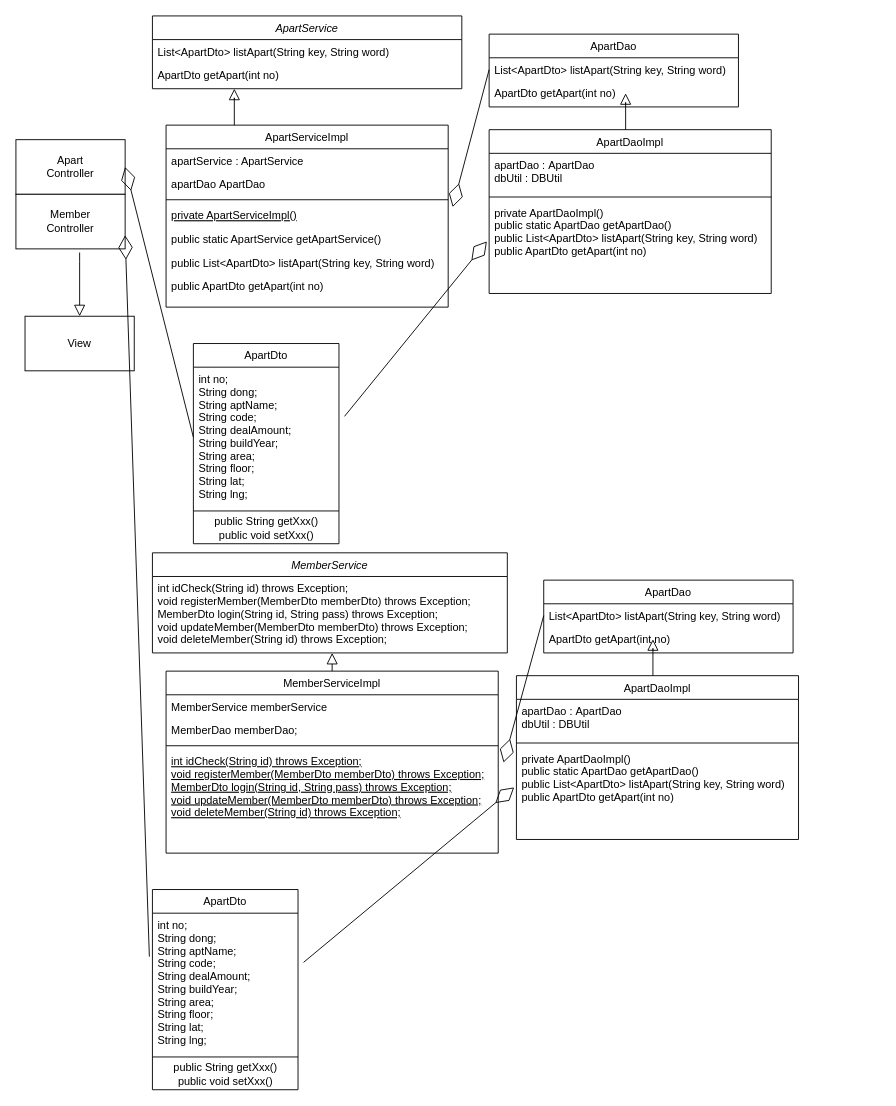
This is IoT/happyhouse.drawio from woorim1022/TIL, a draw.io file, before an edit. Source tidied: cells renumbered, new cells numbered last; positions are measured from the earlier drawing's top-left corner, leaving out a move shared by most shapes. Both pictures are drawn from the tidied source at 91%, with x=0, y=0 at pixel (15, 15).
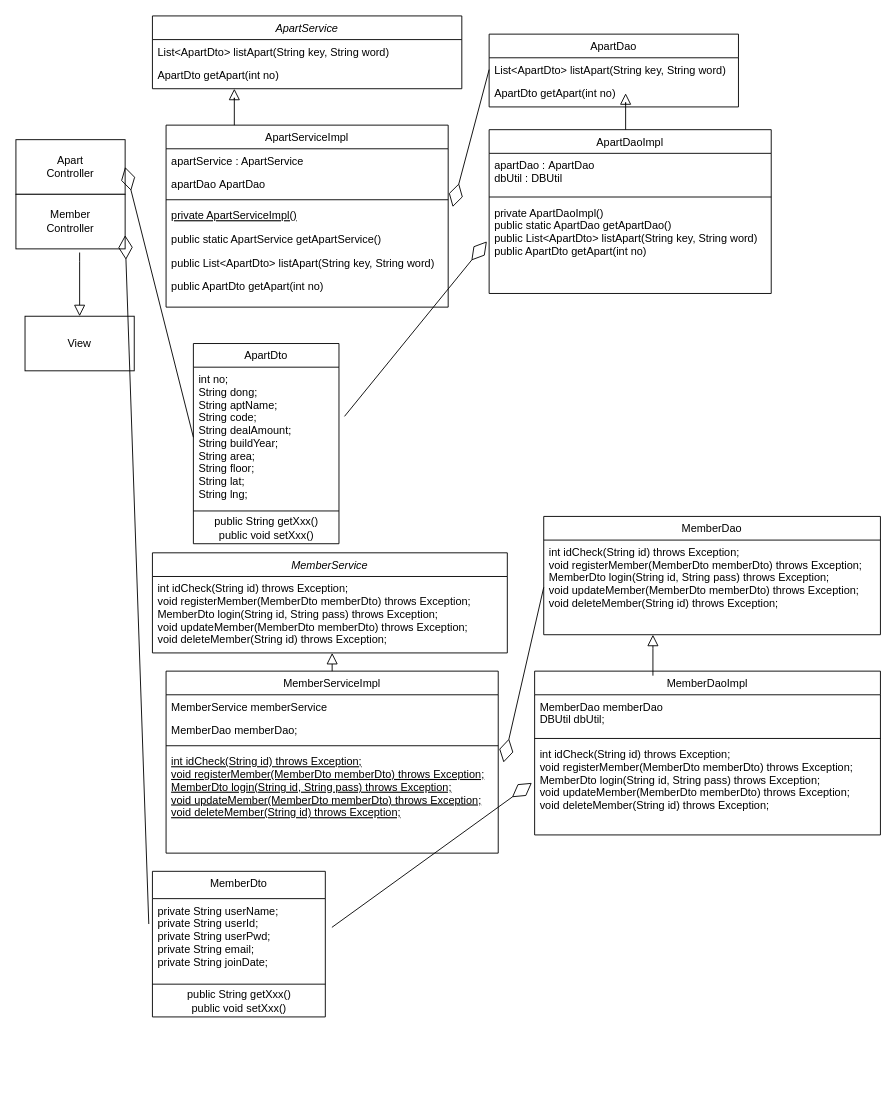
Above is the later version.

Diff of the diagram source:
```diff
@@
-    <mxCell id="40" value="ApartDto&#10;" style="swimlane;fontStyle=0;align=center;verticalAlign=top;horizontal=1;startSize=26;rounded=0;shadow=0;strokeWidth=1;" parent="1" vertex="1">
-      <mxGeometry x="150" y="960" width="160" height="220" as="geometry" />
+    <mxCell id="40" value="MemberDto" style="swimlane;fontStyle=0;align=center;verticalAlign=top;horizontal=1;startSize=30;rounded=0;shadow=0;strokeWidth=1;" parent="1" vertex="1">
+      <mxGeometry x="150" y="940" width="190" height="160" as="geometry" />
     </mxCell>
-    <mxCell id="41" value="int no;&#10; String dong;&#10; String aptName;&#10; String code;&#10; String dealAmount;&#10; String buildYear;&#10; String area;&#10; String floor;&#10; String lat;&#10; String lng;" style="text;align=left;verticalAlign=top;spacingLeft=4;spacingRight=4;overflow=hidden;points=[[0,0.5],[1,0.5]];portConstraint=eastwest;" parent="40" vertex="1">
-      <mxGeometry y="26" width="160" height="154" as="geometry" />
+    <mxCell id="41" value="private String userName;&#10; private String userId;&#10; private String userPwd;&#10; private String email;&#10; private String joinDate;" style="text;align=left;verticalAlign=top;spacingLeft=4;spacingRight=4;overflow=hidden;points=[[0,0.5],[1,0.5]];portConstraint=eastwest;" parent="40" vertex="1">
+      <mxGeometry y="30" width="190" height="90" as="geometry" />
     </mxCell>
     <mxCell id="42" style="line;html=1;strokeWidth=1;align=left;verticalAlign=middle;spacingTop=-1;spacingLeft=3;spacingRight=3;labelPosition=right;" parent="40" vertex="1">
-      <mxGeometry y="180" width="160" height="8" as="geometry" />
+      <mxGeometry y="120" width="190" height="8" as="geometry" />
     </mxCell>
     <mxCell id="43" value="public String getXxx()&lt;br&gt;public void setXxx()" style="text;html=1;align=center;verticalAlign=middle;strokeColor=none;fillColor=none;" parent="40" vertex="1">
-      <mxGeometry y="188" width="160" height="30" as="geometry" />
+      <mxGeometry y="128" width="190" height="30" as="geometry" />
     </mxCell>
@@
-    <mxCell id="45" value="ApartDaoImpl&#10;" style="swimlane;fontStyle=0;align=center;verticalAlign=top;horizontal=1;startSize=26;rounded=0;shadow=0;strokeWidth=1;" parent="1" vertex="1">
-      <mxGeometry x="550" y="725" width="310" height="180" as="geometry" />
+    <mxCell id="45" value="MemberDaoImpl" style="swimlane;fontStyle=0;align=center;verticalAlign=top;horizontal=1;startSize=26;rounded=0;shadow=0;strokeWidth=1;" parent="1" vertex="1">
+      <mxGeometry x="570" y="720" width="380" height="180" as="geometry" />
     </mxCell>
-    <mxCell id="46" value="apartDao : ApartDao&#10;dbUtil : DBUtil" style="text;align=left;verticalAlign=top;spacingLeft=4;spacingRight=4;overflow=hidden;" parent="45" vertex="1">
-      <mxGeometry y="26" width="310" height="44" as="geometry" />
+    <mxCell id="46" value="MemberDao memberDao&#10;DBUtil dbUtil;" style="text;align=left;verticalAlign=top;spacingLeft=4;spacingRight=4;overflow=hidden;" parent="45" vertex="1">
+      <mxGeometry y="26" width="380" height="44" as="geometry" />
     </mxCell>
     <mxCell id="47" style="line;html=1;strokeWidth=1;align=left;verticalAlign=middle;spacingTop=-1;spacingLeft=3;spacingRight=3;labelPosition=right;" parent="45" vertex="1">
-      <mxGeometry y="70" width="310" height="8" as="geometry" />
+      <mxGeometry y="70" width="380" height="8" as="geometry" />
     </mxCell>
-    <mxCell id="48" value="private ApartDaoImpl()&#10;public static ApartDao getApartDao()&#10;public List&lt;ApartDto&gt; listApart(String key, String word)&#10;public ApartDto getApart(int no)&#10;" style="text;align=left;verticalAlign=top;spacingLeft=4;spacingRight=4;overflow=hidden;points=[[0,0.5],[1,0.5]];portConstraint=eastwest;" parent="45" vertex="1">
-      <mxGeometry y="78" width="310" height="102" as="geometry" />
+    <mxCell id="48" value="int idCheck(String id) throws Exception;&#10;void registerMember(MemberDto memberDto) throws Exception;&#10;MemberDto login(String id, String pass) throws Exception;&#10;void updateMember(MemberDto memberDto) throws Exception;&#10;void deleteMember(String id) throws Exception;" style="text;align=left;verticalAlign=top;spacingLeft=4;spacingRight=4;overflow=hidden;points=[[0,0.5],[1,0.5]];portConstraint=eastwest;" parent="45" vertex="1">
+      <mxGeometry y="78" width="380" height="102" as="geometry" />
     </mxCell>
-    <mxCell id="49" value="ApartDao&#10;" style="swimlane;fontStyle=0;align=center;verticalAlign=top;horizontal=1;startSize=26;rounded=0;shadow=0;strokeWidth=1;" parent="1" vertex="1">
-      <mxGeometry x="580" y="620" width="274" height="80" as="geometry" />
+    <mxCell id="49" value="MemberDao" style="swimlane;fontStyle=0;align=center;verticalAlign=top;horizontal=1;startSize=26;rounded=0;shadow=0;strokeWidth=1;" parent="1" vertex="1">
+      <mxGeometry x="580" y="550" width="370" height="130" as="geometry" />
     </mxCell>
-    <mxCell id="50" value="List&lt;ApartDto&gt; listApart(String key, String word)" style="text;align=left;verticalAlign=top;spacingLeft=4;spacingRight=4;overflow=hidden;points=[[0,0.5],[1,0.5]];portConstraint=eastwest;" parent="49" vertex="1">
-      <mxGeometry y="26" width="274" height="26" as="geometry" />
+    <mxCell id="50" value="int idCheck(String id) throws Exception;&#10;void registerMember(MemberDto memberDto) throws Exception;&#10; MemberDto login(String id, String pass) throws Exception;&#10; void updateMember(MemberDto memberDto) throws Exception;&#10; void deleteMember(String id) throws Exception;" style="text;align=left;verticalAlign=top;spacingLeft=4;spacingRight=4;overflow=hidden;points=[[0,0.5],[1,0.5]];portConstraint=eastwest;" parent="49" vertex="1">
+      <mxGeometry y="26" width="370" height="104" as="geometry" />
     </mxCell>
-    <mxCell id="51" value="ApartDto getApart(int no)" style="text;align=left;verticalAlign=top;spacingLeft=4;spacingRight=4;overflow=hidden;" parent="49" vertex="1">
-      <mxGeometry y="52" width="274" height="26" as="geometry" />
-    </mxCell>
-    <mxCell id="52" style="endArrow=block;endSize=10;endFill=0;shadow=0;strokeWidth=1;rounded=0;edgeStyle=elbowEdgeStyle;elbow=vertical;" parent="1" edge="1">
+    <mxCell id="52" style="endArrow=block;endSize=10;endFill=0;shadow=0;strokeWidth=1;rounded=0;edgeStyle=elbowEdgeStyle;elbow=vertical;" parent="1" edge="1" target="50">
       <mxGeometry relative="1" as="geometry">
         <mxPoint x="700" y="725" as="sourcePoint" />
-        <mxPoint x="700" y="685" as="targetPoint" />
         <Array as="points">
           <mxPoint x="700" y="695" />
           <mxPoint x="555" y="765" />
         </Array>
       </mxGeometry>
     </mxCell>
```
